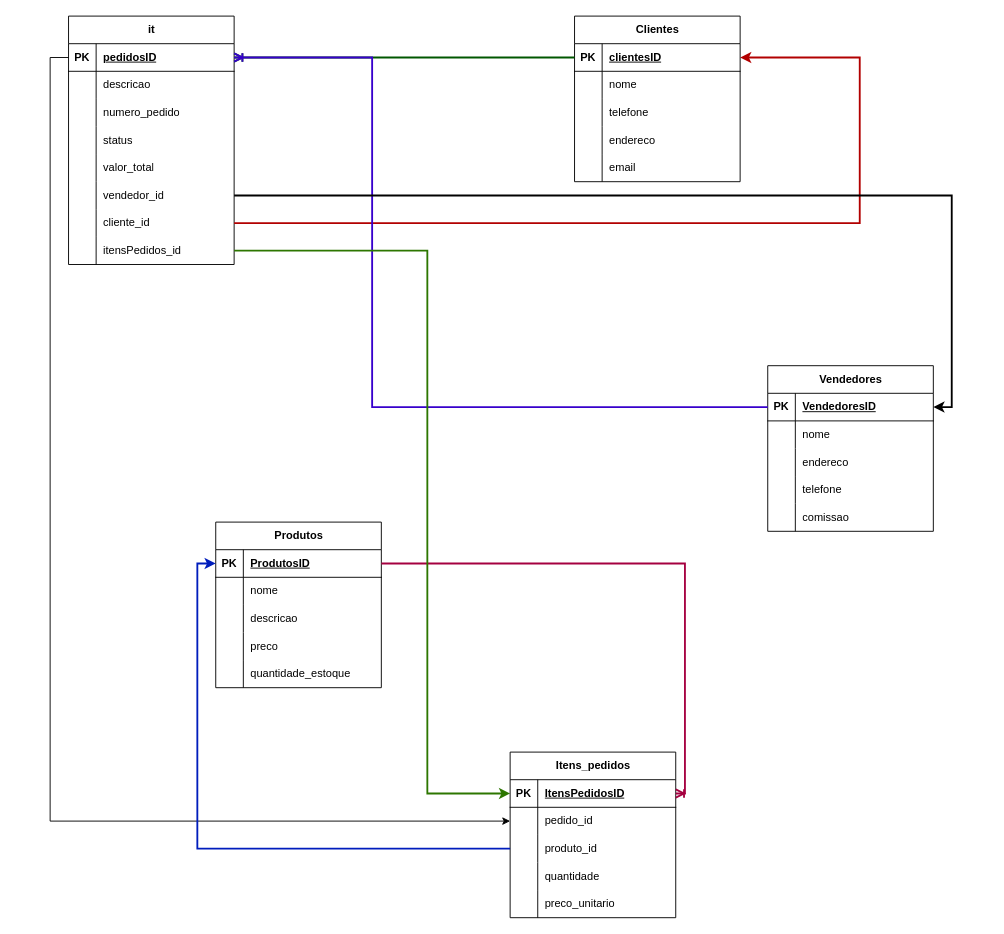
The draw.io diagram Diagrama sem nome.drawio in GabssNb/Banco-de-dados, before the edit. Source tidied: cells renumbered, new cells numbered last; positions are measured from the earlier drawing's top-left corner, leaving out a move shared by most shapes. Both pictures are drawn from the tidied source at 92%, with x=0, y=0 at pixel (68, 16).
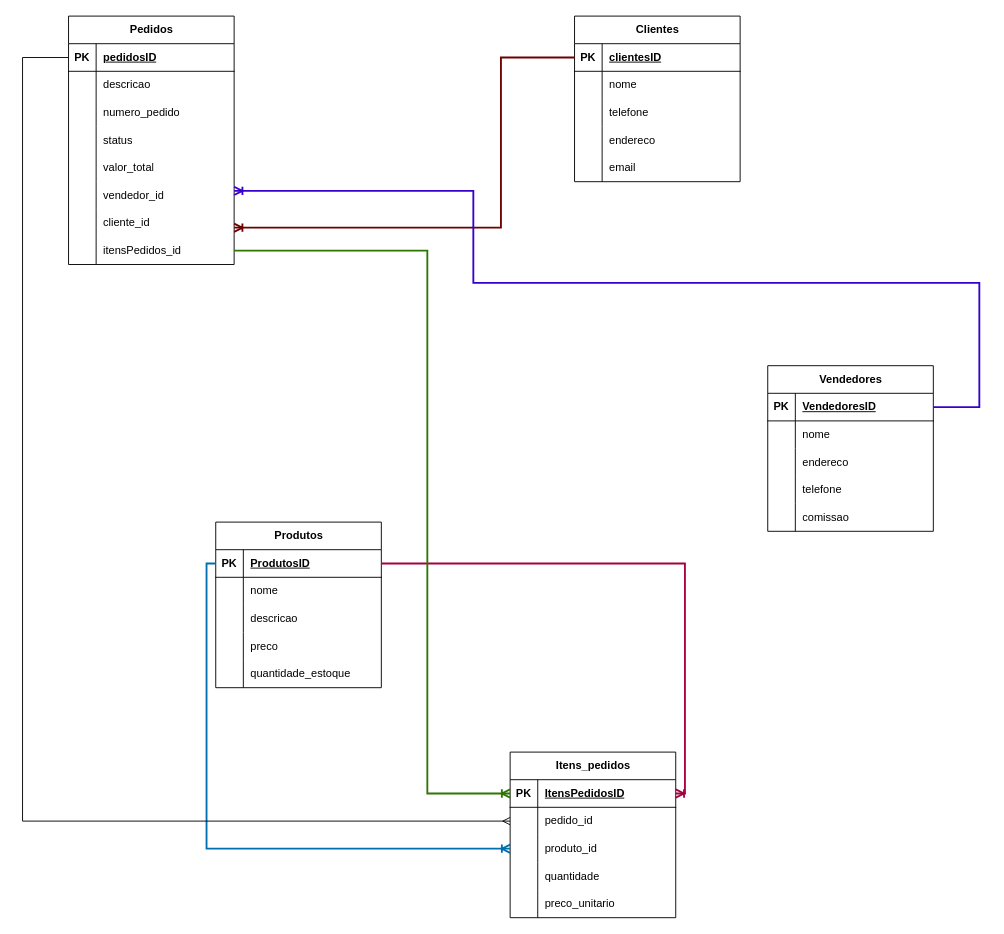
The same diagram, later.

Commit message:
Actualizar Diagrama semReestruturação de Banco de Dados.drawio

Unchanged cells that the change refers to:
```xml
<mxCell id="3" style="shape=tableRow;horizontal=0;startSize=0;swimlaneHead=0;swimlaneBody=0;fillColor=none;points=[[0,0.5],[1,0.5]];portConstraint=eastwest;top=0;left=0;right=0;bottom=1;" parent="2" vertex="1">
  <mxGeometry y="30" width="180" height="30" as="geometry" />
</mxCell>
<mxCell id="19" style="shape=tableRow;horizontal=0;startSize=0;swimlaneHead=0;swimlaneBody=0;fillColor=none;points=[[0,0.5],[1,0.5]];portConstraint=eastwest;top=0;left=0;right=0;bottom=1;" parent="18" vertex="1">
  <mxGeometry y="30" width="180" height="30" as="geometry" />
</mxCell>
<mxCell id="35" style="shape=tableRow;horizontal=0;startSize=0;swimlaneHead=0;swimlaneBody=0;fillColor=none;points=[[0,0.5],[1,0.5]];portConstraint=eastwest;top=0;left=0;right=0;bottom=1;" parent="34" vertex="1">
  <mxGeometry y="30" width="180" height="30" as="geometry" />
</mxCell>
<mxCell id="51" style="shape=tableRow;horizontal=0;startSize=0;swimlaneHead=0;swimlaneBody=0;fillColor=none;points=[[0,0.5],[1,0.5]];portConstraint=eastwest;top=0;left=0;right=0;bottom=1;" parent="50" vertex="1">
  <mxGeometry y="30" width="180" height="30" as="geometry" />
</mxCell>
<mxCell id="54" style="shape=tableRow;horizontal=0;startSize=0;swimlaneHead=0;swimlaneBody=0;fillColor=none;points=[[0,0.5],[1,0.5]];portConstraint=eastwest;top=0;left=0;right=0;bottom=0;" parent="50" vertex="1">
  <mxGeometry y="60" width="180" height="30" as="geometry" />
</mxCell>
<mxCell id="57" style="shape=tableRow;horizontal=0;startSize=0;swimlaneHead=0;swimlaneBody=0;fillColor=none;points=[[0,0.5],[1,0.5]];portConstraint=eastwest;top=0;left=0;right=0;bottom=0;" parent="50" vertex="1">
  <mxGeometry y="90" width="180" height="30" as="geometry" />
</mxCell>
<mxCell id="67" style="shape=tableRow;horizontal=0;startSize=0;swimlaneHead=0;swimlaneBody=0;fillColor=none;points=[[0,0.5],[1,0.5]];portConstraint=eastwest;top=0;left=0;right=0;bottom=1;" parent="66" vertex="1">
  <mxGeometry y="30" width="180" height="30" as="geometry" />
</mxCell>
<mxCell id="82" style="shape=tableRow;horizontal=0;startSize=0;swimlaneHead=0;swimlaneBody=0;fillColor=none;points=[[0,0.5],[1,0.5]];portConstraint=eastwest;top=0;left=0;right=0;bottom=0;" parent="66" vertex="1">
  <mxGeometry y="180" width="180" height="30" as="geometry" />
</mxCell>
<mxCell id="85" style="shape=tableRow;horizontal=0;startSize=0;swimlaneHead=0;swimlaneBody=0;fillColor=none;points=[[0,0.5],[1,0.5]];portConstraint=eastwest;top=0;left=0;right=0;bottom=0;" parent="66" vertex="1">
  <mxGeometry y="210" width="180" height="30" as="geometry" />
</mxCell>
<mxCell id="88" style="shape=tableRow;horizontal=0;startSize=0;swimlaneHead=0;swimlaneBody=0;fillColor=none;points=[[0,0.5],[1,0.5]];portConstraint=eastwest;top=0;left=0;right=0;bottom=0;" parent="66" vertex="1">
  <mxGeometry y="240" width="180" height="30" as="geometry" />
</mxCell>
```

The edit, as a diff of the source:
```diff
@@
-    <mxCell id="66" value="it" style="shape=table;startSize=30;childLayout=tableLayout;rowLines=0;fontStyle=1;align=center;html=1;" parent="1" vertex="1">
+    <mxCell id="66" value="Pedidos" style="shape=table;startSize=30;childLayout=tableLayout;rowLines=0;fontStyle=1;align=center;html=1;" parent="1" vertex="1">
       <mxGeometry width="180" height="270" as="geometry" />
     </mxCell>
@@
-    <mxCell id="91" style="edgeStyle=entityRelationEdgeStyle;fontSize=12;html=1;endArrow=ERoneToMany;rounded=0;exitX=0;exitY=0.5;exitDx=0;exitDy=0;entryX=1;entryY=0.5;entryDx=0;entryDy=0;fillColor=#008a00;strokeColor=#005700;strokeWidth=2;" parent="1" edge="1" source="3" target="67">
-      <mxGeometry relative="1" as="geometry" />
+    <mxCell id="91" style="edgeStyle=orthogonalEdgeStyle;fontSize=12;html=1;endArrow=ERoneToMany;rounded=0;exitX=0;exitY=0.5;exitDx=0;exitDy=0;fillColor=#a20025;strokeColor=#6F0000;strokeWidth=2;" parent="1" edge="1" source="3" target="85">
+      <mxGeometry relative="1" as="geometry">
+        <Array as="points">
+          <mxPoint x="470" y="45" />
+          <mxPoint x="470" y="230" />
+        </Array>
+      </mxGeometry>
     </mxCell>
@@
+    <mxCell id="95" style="edgeStyle=orthogonalEdgeStyle;fontSize=12;html=1;endArrow=ERoneToMany;rounded=0;exitX=1;exitY=0.5;exitDx=0;exitDy=0;entryX=1;entryY=0.5;entryDx=0;entryDy=0;fillColor=#6a00ff;strokeColor=#3700CC;strokeWidth=2;" parent="1" edge="1" source="35">
+      <mxGeometry relative="1" as="geometry">
+        <mxPoint x="180" y="190" as="targetPoint" />
+        <Array as="points">
+          <mxPoint x="990" y="425" />
+          <mxPoint x="990" y="290" />
+          <mxPoint x="440" y="290" />
+          <mxPoint x="440" y="190" />
+        </Array>
+      </mxGeometry>
+    </mxCell>
+    <mxCell id="98" style="edgeStyle=orthogonalEdgeStyle;fontSize=12;html=1;endArrow=ERoneToMany;rounded=0;exitX=1;exitY=0.5;exitDx=0;exitDy=0;entryX=0;entryY=0.5;entryDx=0;entryDy=0;fillColor=#60a917;strokeColor=#2D7600;strokeWidth=2;" parent="1" edge="1" source="88" target="51">
+      <mxGeometry relative="1" as="geometry">
+        <Array as="points">
+          <mxPoint x="390" y="255" />
+          <mxPoint x="390" y="845" />
+        </Array>
+      </mxGeometry>
+    </mxCell>
+    <mxCell id="99" style="edgeStyle=orthogonalEdgeStyle;fontSize=12;html=1;endArrow=ERoneToMany;rounded=0;exitX=0;exitY=0.5;exitDx=0;exitDy=0;entryX=0;entryY=0.5;entryDx=0;entryDy=0;fillColor=#1ba1e2;strokeColor=#006EAF;strokeWidth=2;" parent="1" edge="1" source="19" target="57">
+      <mxGeometry relative="1" as="geometry" />
+    </mxCell>
-    <mxCell id="93" style="edgeStyle=orthogonalEdgeStyle;rounded=0;jettySize=auto;html=1;exitX=0;exitY=0.5;exitDx=0;exitDy=0;entryX=0;entryY=0.5;entryDx=0;entryDy=0;" parent="1" edge="1" source="67" target="54">
-      <mxGeometry relative="1" as="geometry" />
+    <mxCell id="93" style="edgeStyle=orthogonalEdgeStyle;fontSize=12;html=1;endArrow=ERmany;rounded=0;exitX=0;exitY=0.5;exitDx=0;exitDy=0;entryX=0;entryY=0.5;entryDx=0;entryDy=0;" parent="1" edge="1" source="67" target="54">
+      <mxGeometry relative="1" as="geometry">
+        <Array as="points">
+          <mxPoint x="-50" y="45" />
+          <mxPoint x="-50" y="875" />
+        </Array>
+      </mxGeometry>
     </mxCell>
-    <mxCell id="94" style="edgeStyle=orthogonalEdgeStyle;rounded=0;jettySize=auto;html=1;exitX=1;exitY=0.5;exitDx=0;exitDy=0;entryX=1;entryY=0.5;entryDx=0;entryDy=0;fillColor=#e51400;strokeColor=#B20000;strokeWidth=2;" parent="1" edge="1" source="85" target="3">
-      <mxGeometry relative="1" as="geometry">
-        <Array as="points">
-          <mxPoint x="860" y="225" />
-          <mxPoint x="860" y="45" />
-        </Array>
-      </mxGeometry>
-    </mxCell>
-    <mxCell id="95" style="edgeStyle=orthogonalEdgeStyle;fontSize=12;html=1;endArrow=ERoneToMany;rounded=0;exitX=0;exitY=0.5;exitDx=0;exitDy=0;entryX=1;entryY=0.5;entryDx=0;entryDy=0;fillColor=#6a00ff;strokeColor=#3700CC;strokeWidth=2;" parent="1" edge="1" source="35" target="67">
-      <mxGeometry relative="1" as="geometry">
-        <Array as="points">
-          <mxPoint x="330" y="425" />
-          <mxPoint x="330" y="45" />
-        </Array>
-      </mxGeometry>
-    </mxCell>
-    <mxCell id="96" style="edgeStyle=orthogonalEdgeStyle;rounded=0;jettySize=auto;html=1;exitX=0;exitY=0.5;exitDx=0;exitDy=0;entryX=0;entryY=0.5;entryDx=0;entryDy=0;fillColor=#0050ef;strokeColor=#001DBC;strokeWidth=2;" parent="1" edge="1" source="57" target="19">
-      <mxGeometry relative="1" as="geometry" />
-    </mxCell>
-    <mxCell id="97" style="edgeStyle=orthogonalEdgeStyle;rounded=0;jettySize=auto;html=1;exitX=1;exitY=0.5;exitDx=0;exitDy=0;entryX=1;entryY=0.5;entryDx=0;entryDy=0;strokeWidth=2;" parent="1" edge="1" source="82" target="35">
-      <mxGeometry relative="1" as="geometry" />
-    </mxCell>
-    <mxCell id="98" style="edgeStyle=orthogonalEdgeStyle;rounded=0;jettySize=auto;html=1;exitX=1;exitY=0.5;exitDx=0;exitDy=0;entryX=0;entryY=0.5;entryDx=0;entryDy=0;fillColor=#60a917;strokeColor=#2D7600;strokeWidth=2;" parent="1" edge="1" source="88" target="51">
-      <mxGeometry relative="1" as="geometry">
-        <Array as="points">
-          <mxPoint x="390" y="255" />
-          <mxPoint x="390" y="845" />
-        </Array>
-      </mxGeometry>
-    </mxCell>
```
